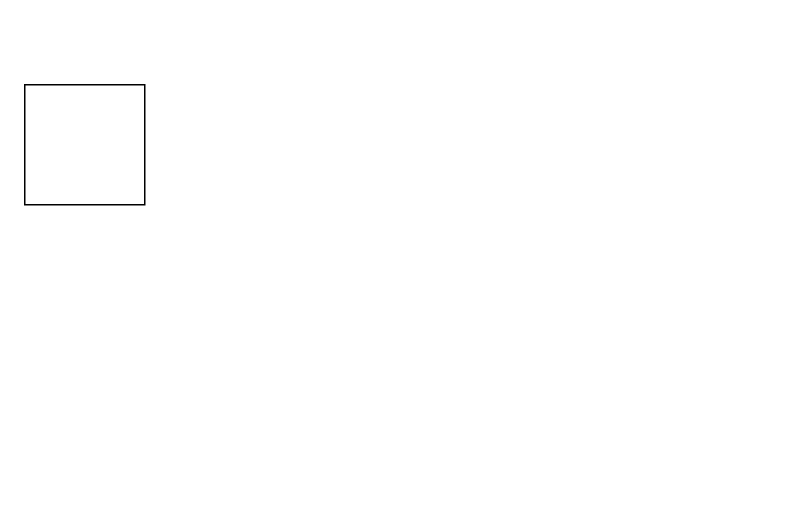
Before: Untitled Diagram.drawio in saitofjp/test, a draw.io diagram. Source tidied: cells renumbered, new cells numbered last; positions are measured from the earlier drawing's top-left corner, leaving out a move shared by most shapes. Both pictures are drawn from the tidied source at 150%, with x=0, y=0 at pixel (24, 84).
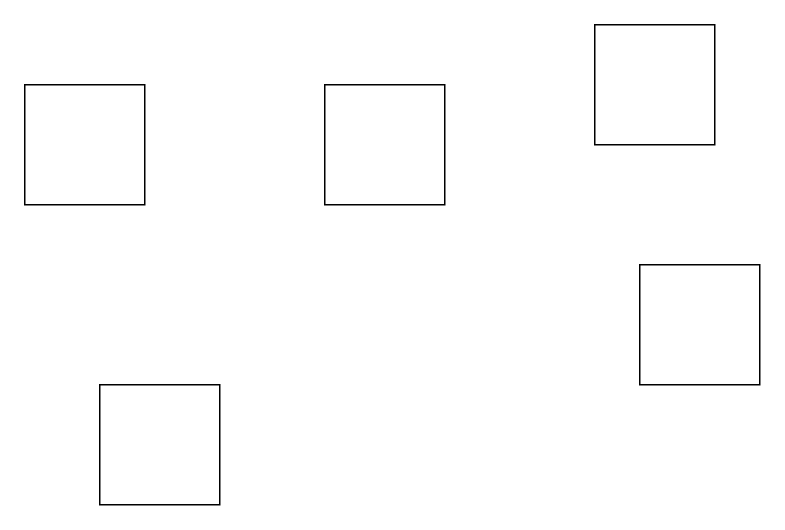
Above is the later version.

Change to the diagram source:
```diff
@@
 <mxGraphModel>
   <root>
     <mxCell id="0" />
     <mxCell id="1" parent="0" />
     <mxCell id="2" style="whiteSpace=wrap;html=1;" parent="1" vertex="1">
       <mxGeometry width="80" height="80" as="geometry" />
     </mxCell>
+    <mxCell id="3" style="whiteSpace=wrap;html=1;" parent="1" vertex="1">
+      <mxGeometry x="200" width="80" height="80" as="geometry" />
+    </mxCell>
+    <mxCell id="4" style="whiteSpace=wrap;html=1;" parent="1" vertex="1">
+      <mxGeometry x="50" y="200" width="80" height="80" as="geometry" />
+    </mxCell>
+    <mxCell id="5" style="whiteSpace=wrap;html=1;" parent="1" vertex="1">
+      <mxGeometry x="410" y="120" width="80" height="80" as="geometry" />
+    </mxCell>
+    <mxCell id="6" style="whiteSpace=wrap;html=1;" parent="1" vertex="1">
+      <mxGeometry x="380" y="-40" width="80" height="80" as="geometry" />
+    </mxCell>
   </root>
 </mxGraphModel>
```
